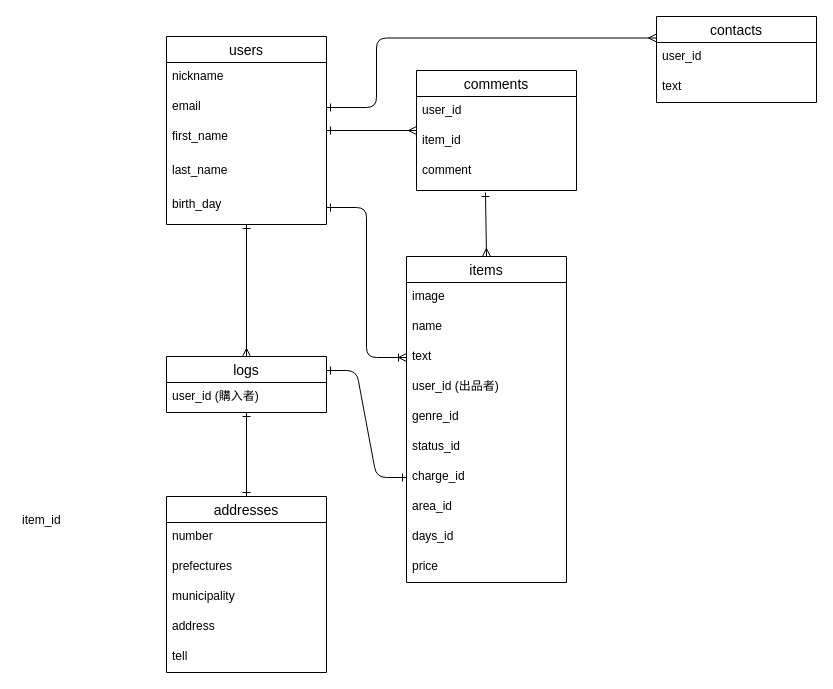
Earlier version of the draw.io diagram furima.dio (yamakazu88/furima-31985). Source tidied: cells renumbered, new cells numbered last; positions are measured from the earlier drawing's top-left corner, leaving out a move shared by most shapes. Both pictures are drawn from the tidied source at 100%, with x=0, y=0 at pixel (16, 16).
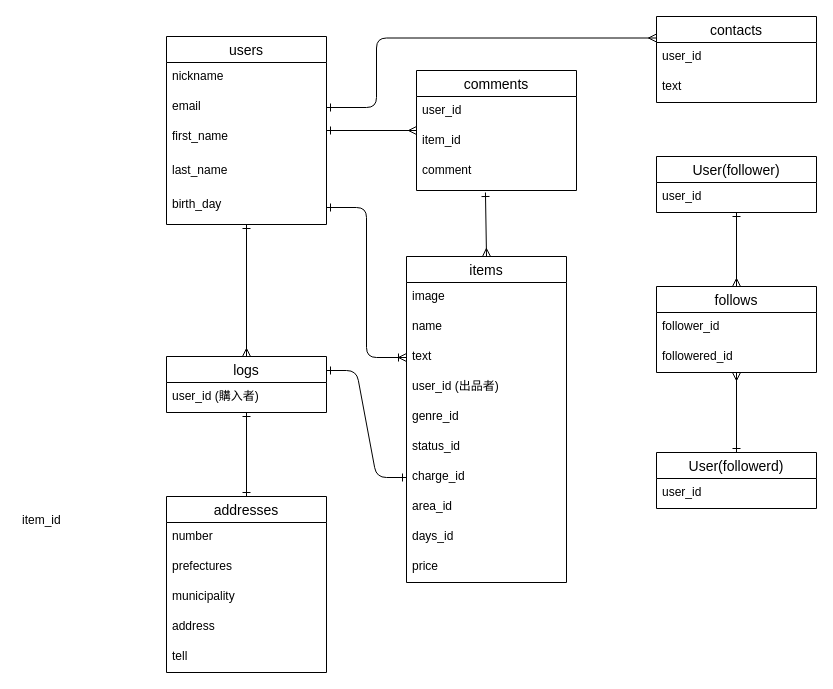
The same diagram, later.

Diff of the diagram source:
```diff
@@
+    <mxCell id="42" style="edgeStyle=orthogonalEdgeStyle;rounded=0;jettySize=auto;html=1;endArrow=ERone;endFill=0;startArrow=ERmany;startFill=0;" parent="1" edge="1" source="44" target="47">
+      <mxGeometry relative="1" as="geometry" />
+    </mxCell>
+    <mxCell id="43" style="edgeStyle=orthogonalEdgeStyle;rounded=0;jettySize=auto;html=1;startArrow=ERmany;startFill=0;endArrow=ERone;endFill=0;" parent="1" edge="1" source="44" target="49">
+      <mxGeometry relative="1" as="geometry" />
+    </mxCell>
+    <mxCell id="44" value="follows" style="swimlane;fontStyle=0;horizontal=1;startSize=26;align=center;fontSize=14;" parent="1" vertex="1">
+      <mxGeometry x="640" y="270" width="160" height="86" as="geometry" />
+    </mxCell>
+    <mxCell id="45" value="follower_id" style="text;strokeColor=none;fillColor=none;spacingLeft=4;spacingRight=4;overflow=hidden;fontSize=12;" parent="44" vertex="1">
+      <mxGeometry y="26" width="160" height="30" as="geometry" />
+    </mxCell>
+    <mxCell id="46" value="followered_id" style="text;strokeColor=none;fillColor=none;spacingLeft=4;spacingRight=4;overflow=hidden;fontSize=12;" parent="44" vertex="1">
+      <mxGeometry y="56" width="160" height="30" as="geometry" />
+    </mxCell>
+    <mxCell id="47" value="User(follower)" style="swimlane;fontStyle=0;horizontal=1;startSize=26;align=center;fontSize=14;" parent="1" vertex="1">
+      <mxGeometry x="640" y="140" width="160" height="56" as="geometry" />
+    </mxCell>
+    <mxCell id="48" value="user_id" style="text;strokeColor=none;fillColor=none;spacingLeft=4;spacingRight=4;overflow=hidden;fontSize=12;" parent="47" vertex="1">
+      <mxGeometry y="26" width="160" height="30" as="geometry" />
+    </mxCell>
+    <mxCell id="49" value="User(followerd)" style="swimlane;fontStyle=0;horizontal=1;startSize=26;align=center;fontSize=14;" parent="1" vertex="1">
+      <mxGeometry x="640" y="436" width="160" height="56" as="geometry" />
+    </mxCell>
+    <mxCell id="50" value="user_id" style="text;strokeColor=none;fillColor=none;spacingLeft=4;spacingRight=4;overflow=hidden;fontSize=12;" parent="49" vertex="1">
+      <mxGeometry y="26" width="160" height="30" as="geometry" />
+    </mxCell>
```
